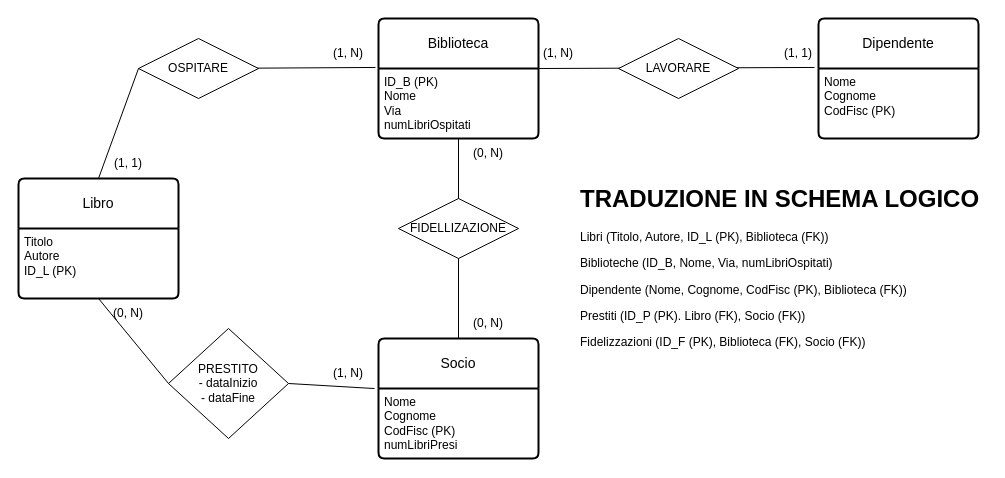
Earlier version of the draw.io diagram biblioteca.drawio (AntoBorza/Progetti-Quinta). Source tidied: cells renumbered, new cells numbered last; positions are measured from the earlier drawing's top-left corner, leaving out a move shared by most shapes. Both pictures are drawn from the tidied source at 100%, with x=0, y=0 at pixel (18, 18).
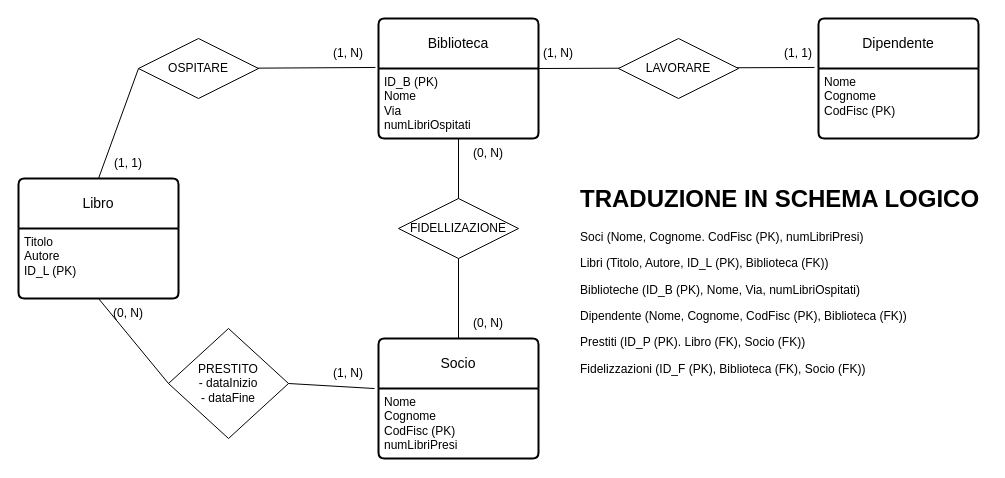
The same diagram, later.

What changed in the source:
```diff
@@
-    <mxCell id="28" value="&lt;h1 style=&quot;margin-top: 0px;&quot;&gt;TRADUZIONE IN SCHEMA LOGICO&lt;/h1&gt;&lt;p&gt;Libri (Titolo, Autore, ID_L (PK), Biblioteca (FK))&lt;/p&gt;&lt;p&gt;Biblioteche (ID_B, Nome, Via, numLibriOspitati)&lt;/p&gt;&lt;p&gt;Dipendente (Nome, Cognome, CodFisc (PK), Biblioteca (FK))&lt;/p&gt;&lt;p&gt;Prestiti (ID_P (PK). Libro (FK), Socio (FK))&lt;/p&gt;&lt;p&gt;Fidelizzazioni (ID_F (PK), Biblioteca (FK), Socio (FK))&lt;/p&gt;&lt;p&gt;&lt;br&gt;&lt;/p&gt;&lt;p&gt;&lt;br&gt;&lt;/p&gt;&lt;p&gt;&lt;br&gt;&lt;/p&gt;" style="text;html=1;whiteSpace=wrap;overflow=hidden;rounded=0;" parent="1" vertex="1">
-      <mxGeometry x="560" y="160" width="410" height="280" as="geometry" />
+    <mxCell id="28" value="&lt;h1 style=&quot;margin-top: 0px;&quot;&gt;TRADUZIONE IN SCHEMA LOGICO&lt;/h1&gt;&lt;p&gt;Soci (Nome, Cognome. CodFisc (PK), numLibriPresi)&lt;/p&gt;&lt;p&gt;Libri (Titolo, Autore, ID_L (PK), Biblioteca (FK))&lt;/p&gt;&lt;p&gt;Biblioteche (ID_B (PK), Nome, Via, numLibriOspitati)&lt;/p&gt;&lt;p&gt;Dipendente (Nome, Cognome, CodFisc (PK), Biblioteca (FK))&lt;/p&gt;&lt;p&gt;Prestiti (ID_P (PK). Libro (FK), Socio (FK))&lt;/p&gt;&lt;p&gt;Fidelizzazioni (ID_F (PK), Biblioteca (FK), Socio (FK))&lt;/p&gt;&lt;p&gt;&lt;br&gt;&lt;/p&gt;&lt;p&gt;&lt;br&gt;&lt;/p&gt;&lt;p&gt;&lt;br&gt;&lt;/p&gt;" style="text;html=1;whiteSpace=wrap;overflow=hidden;rounded=0;" parent="1" vertex="1">
+      <mxGeometry x="560" y="160" width="410" height="210" as="geometry" />
     </mxCell>
```
